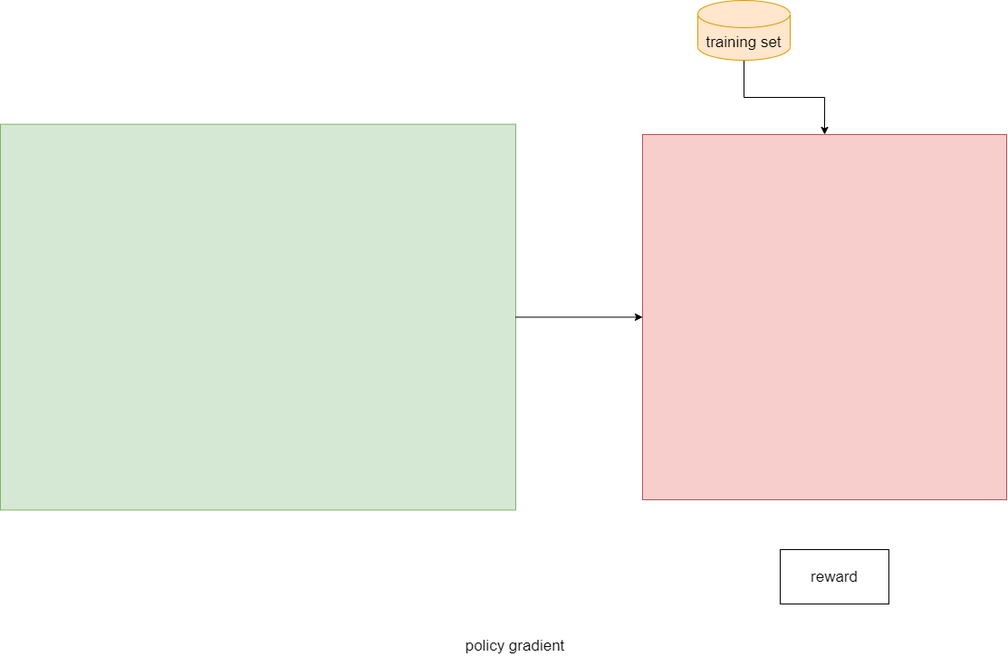
Before: seqgan.drawio.png, a diagram exported from draw.io (lakomi/pictures). Source tidied: cells renumbered, new cells last; positions are measured from the earlier drawing's top-left corner, leaving out a move shared by most shapes.
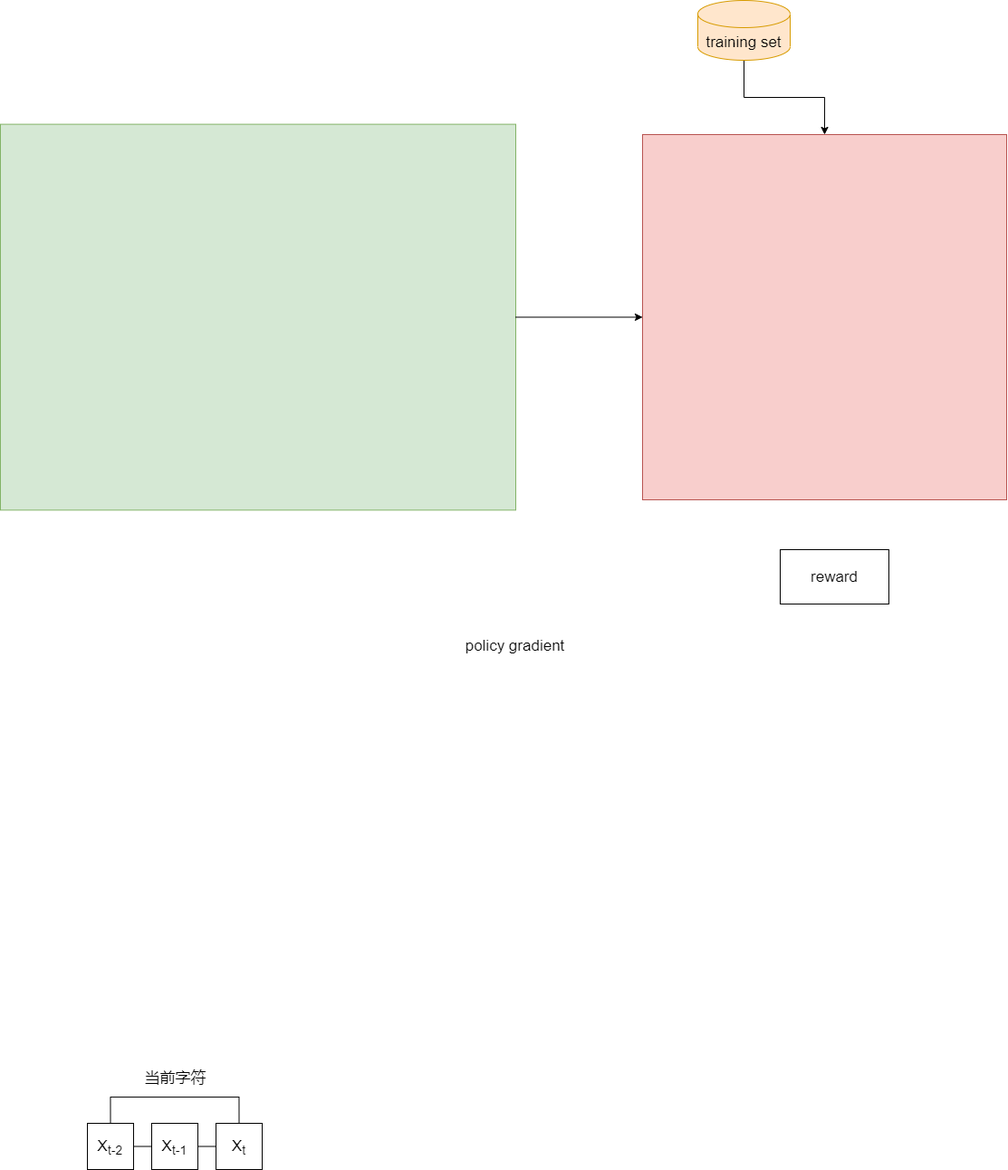
After the change.

Diff of the diagram source:
```diff
@@ -23,5 +23,31 @@
     <mxCell id="8" value="reward" style="rounded=0;whiteSpace=wrap;html=1;fontSize=17;" parent="1" vertex="1">
       <mxGeometry x="861" y="606" width="120" height="60" as="geometry" />
     </mxCell>
+    <mxCell id="9" style="edgeStyle=orthogonalEdgeStyle;rounded=0;jettySize=auto;html=1;exitX=1;exitY=0.5;exitDx=0;exitDy=0;entryX=0;entryY=0.5;entryDx=0;entryDy=0;fontSize=17;endArrow=none;endFill=0;" parent="1" edge="1" source="11" target="13">
+      <mxGeometry relative="1" as="geometry" />
+    </mxCell>
+    <mxCell id="10" style="edgeStyle=orthogonalEdgeStyle;rounded=0;jettySize=auto;html=1;exitX=0.5;exitY=0;exitDx=0;exitDy=0;entryX=0.5;entryY=0;entryDx=0;entryDy=0;fontSize=17;endArrow=none;endFill=0;" parent="1" edge="1" source="11" target="14">
+      <mxGeometry relative="1" as="geometry">
+        <Array as="points">
+          <mxPoint x="121" y="1210" />
+          <mxPoint x="263" y="1210" />
+        </Array>
+      </mxGeometry>
+    </mxCell>
+    <mxCell id="11" value="&lt;span&gt;X&lt;/span&gt;&lt;sub&gt;t-2&lt;/sub&gt;" style="rounded=0;whiteSpace=wrap;html=1;fontSize=17;" parent="1" vertex="1">
+      <mxGeometry x="96" y="1239" width="51" height="51" as="geometry" />
+    </mxCell>
+    <mxCell id="12" style="edgeStyle=orthogonalEdgeStyle;rounded=0;jettySize=auto;html=1;exitX=1;exitY=0.5;exitDx=0;exitDy=0;entryX=0;entryY=0.5;entryDx=0;entryDy=0;fontSize=17;endArrow=none;endFill=0;" parent="1" edge="1" source="13" target="14">
+      <mxGeometry relative="1" as="geometry" />
+    </mxCell>
+    <mxCell id="13" value="&lt;span&gt;X&lt;/span&gt;&lt;sub&gt;t-1&lt;/sub&gt;" style="rounded=0;whiteSpace=wrap;html=1;fontSize=17;" parent="1" vertex="1">
+      <mxGeometry x="167" y="1239" width="51" height="51" as="geometry" />
+    </mxCell>
+    <mxCell id="14" value="X&lt;sub&gt;t&lt;/sub&gt;" style="rounded=0;whiteSpace=wrap;html=1;fontSize=17;" parent="1" vertex="1">
+      <mxGeometry x="238" y="1239" width="51" height="51" as="geometry" />
+    </mxCell>
+    <mxCell id="15" value="当前字符" style="text;html=1;align=center;verticalAlign=middle;strokeColor=none;fillColor=none;fontSize=17;" parent="1" vertex="1">
+      <mxGeometry x="153.5" y="1177" width="78" height="24" as="geometry" />
+    </mxCell>
   </root>
 </mxGraphModel>
```
